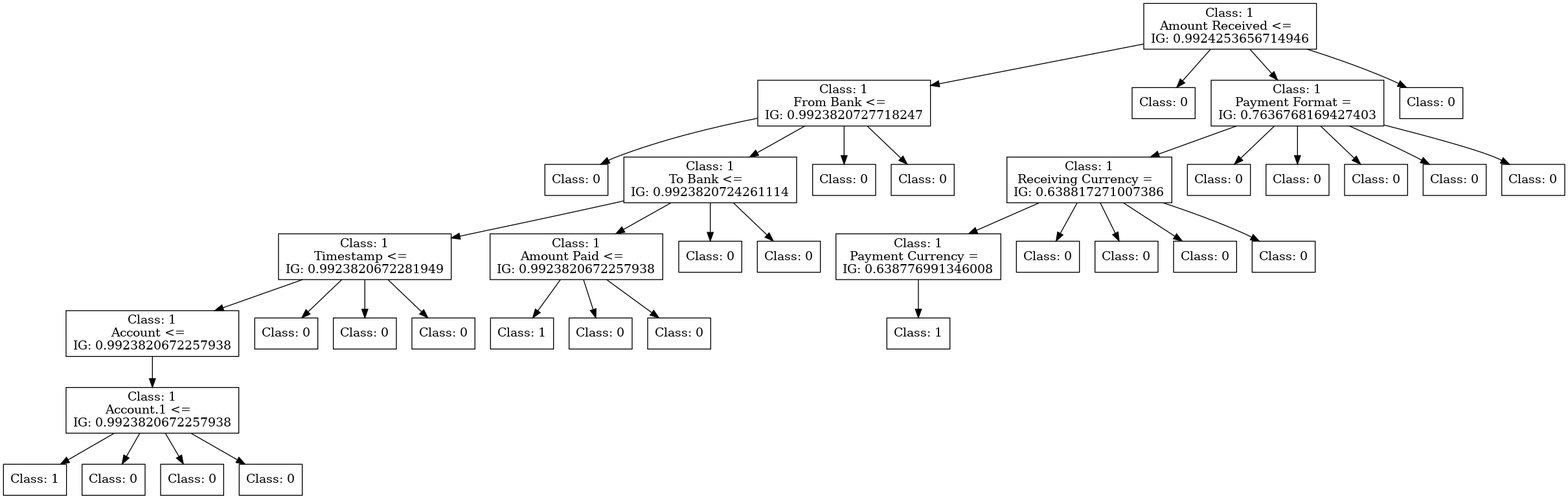
FedericoBruzzone/anti-money-laundering keeps this Graphviz diagram as tree-id3.png. Above is the earlier version. Its source is kept beside it as tree-id3.dot.
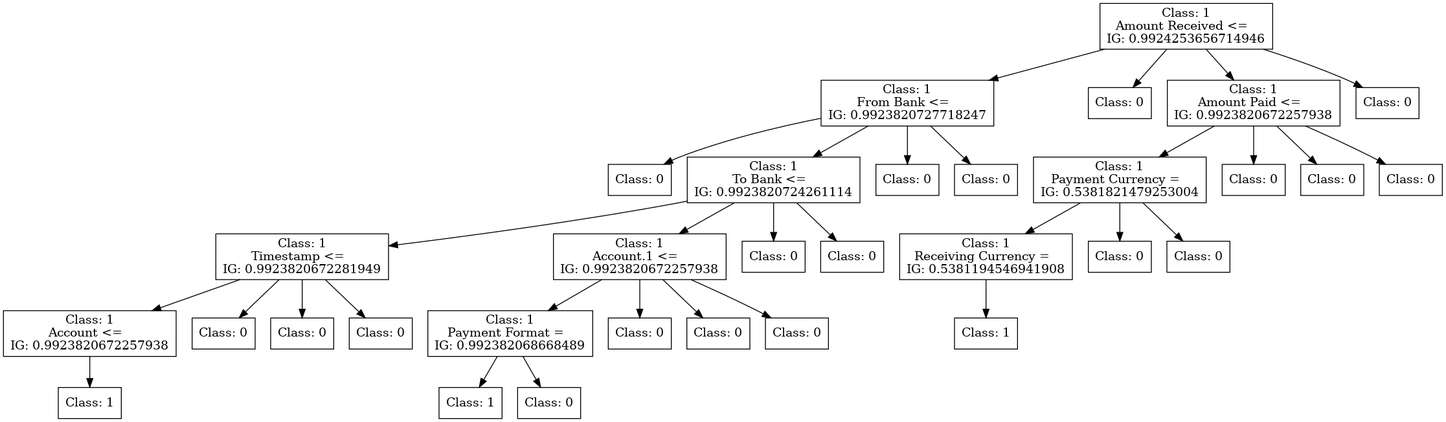
Later version of the same file.

The edit, as a diff of the source:
```diff
@@ -1,124 +1,109 @@
 digraph DecisionTree {
 	rankdir=TD;
 	node [shape=box];
-	140289666827408 [label="Class: 1
+	140126978614096 [label="Class: 1
 Amount Received <=
 IG: 0.9924253656714946"];
-	140289666628768 [label="Class: 1
+	140126978871872 [label="Class: 1
 From Bank <=
 IG: 0.9923820727718247"];
-	140289666827408 -> 140289666628768;
-	140289666829904 [label="Class: 0
+	140126978614096 -> 140126978871872;
+	140126978621008 [label="Class: 0
 "];
-	140289666628768 -> 140289666829904;
-	140289666940832 [label="Class: 1
+	140126978871872 -> 140126978621008;
+	140126978997312 [label="Class: 1
 To Bank <=
 IG: 0.9923820724261114"];
-	140289666628768 -> 140289666940832;
-	140289666827120 [label="Class: 1
+	140126978871872 -> 140126978997312;
+	140126978617840 [label="Class: 1
 Timestamp <=
 IG: 0.9923820672281949"];
-	140289666940832 -> 140289666827120;
-	140289666621040 [label="Class: 1
+	140126978997312 -> 140126978617840;
+	140126978867600 [label="Class: 1
 Account <=
 IG: 0.9923820672257938"];
-	140289666827120 -> 140289666621040;
-	140289666936560 [label="Class: 1
+	140126978617840 -> 140126978867600;
+	140126978995776 [label="Class: 1
+"];
+	140126978867600 -> 140126978995776;
+	140126949501024 [label="Class: 0
+"];
+	140126978617840 -> 140126949501024;
+	140126949502944 [label="Class: 0
+"];
+	140126978617840 -> 140126949502944;
+	140126949498864 [label="Class: 0
+"];
+	140126978617840 -> 140126949498864;
+	140126949497856 [label="Class: 1
 Account.1 <=
 IG: 0.9923820672257938"];
-	140289666621040 -> 140289666936560;
-	140289666930608 [label="Class: 1
+	140126978997312 -> 140126949497856;
+	140126978996976 [label="Class: 1
+Payment Format =
+IG: 0.992382068668489"];
+	140126949497856 -> 140126978996976;
+	140126978996400 [label="Class: 1
 "];
-	140289666936560 -> 140289666930608;
-	140289623214544 [label="Class: 0
+	140126978996976 -> 140126978996400;
+	140126939466192 [label="Class: 0
 "];
-	140289666936560 -> 140289623214544;
-	140289623215168 [label="Class: 0
+	140126978996976 -> 140126939466192;
+	140126949504528 [label="Class: 0
 "];
-	140289666936560 -> 140289623215168;
-	140289623228320 [label="Class: 0
+	140126949497856 -> 140126949504528;
+	140126949504000 [label="Class: 0
 "];
-	140289666936560 -> 140289623228320;
-	140289623219728 [label="Class: 0
+	140126949497856 -> 140126949504000;
+	140126949504576 [label="Class: 0
 "];
-	140289666827120 -> 140289623219728;
-	140289623224816 [label="Class: 0
+	140126949497856 -> 140126949504576;
+	140126949495744 [label="Class: 0
 "];
-	140289666827120 -> 140289623224816;
-	140289623223472 [label="Class: 0
+	140126978997312 -> 140126949495744;
+	140126949497760 [label="Class: 0
 "];
-	140289666827120 -> 140289623223472;
-	140289623219920 [label="Class: 1
+	140126978997312 -> 140126949497760;
+	140126978995824 [label="Class: 0
+"];
+	140126978871872 -> 140126978995824;
+	140126978996544 [label="Class: 0
+"];
+	140126978871872 -> 140126978996544;
+	140126978988000 [label="Class: 0
+"];
+	140126978614096 -> 140126978988000;
+	140126978992032 [label="Class: 1
 Amount Paid <=
 IG: 0.9923820672257938"];
-	140289666940832 -> 140289623219920;
-	140289623228272 [label="Class: 1
+	140126978614096 -> 140126978992032;
+	140126949506640 [label="Class: 1
+Payment Currency =
+IG: 0.5381821479253004"];
+	140126978992032 -> 140126949506640;
+	140126978992320 [label="Class: 1
+Receiving Currency =
+IG: 0.5381194546941908"];
+	140126949506640 -> 140126978992320;
+	140126978989248 [label="Class: 1
 "];
-	140289623219920 -> 140289623228272;
-	140289637437824 [label="Class: 0
+	140126978992320 -> 140126978989248;
+	140126939473968 [label="Class: 0
 "];
-	140289623219920 -> 140289637437824;
-	140289637440176 [label="Class: 0
+	140126949506640 -> 140126939473968;
+	140126939475312 [label="Class: 0
 "];
-	140289623219920 -> 140289637440176;
-	140289623220304 [label="Class: 0
+	140126949506640 -> 140126939475312;
+	140126939470896 [label="Class: 0
 "];
-	140289666940832 -> 140289623220304;
-	140289623214592 [label="Class: 0
+	140126978992032 -> 140126939470896;
+	140126939473152 [label="Class: 0
 "];
-	140289666940832 -> 140289623214592;
-	140289666936848 [label="Class: 0
+	140126978992032 -> 140126939473152;
+	140126939471664 [label="Class: 0
 "];
-	140289666628768 -> 140289666936848;
-	140289666940736 [label="Class: 0
+	140126978992032 -> 140126939471664;
+	140126978990928 [label="Class: 0
 "];
-	140289666628768 -> 140289666940736;
-	140289666930896 [label="Class: 0
-"];
-	140289666827408 -> 140289666930896;
-	140289666934928 [label="Class: 1
-Payment Format =
-IG: 0.7636768169427403"];
-	140289666827408 -> 140289666934928;
-	140289623226784 [label="Class: 1
-Receiving Currency =
-IG: 0.638817271007386"];
-	140289666934928 -> 140289623226784;
-	140289666936896 [label="Class: 1
-Payment Currency =
-IG: 0.638776991346008"];
-	140289623226784 -> 140289666936896;
-	140289623228080 [label="Class: 1
-"];
-	140289666936896 -> 140289623228080;
-	140289637438400 [label="Class: 0
-"];
-	140289623226784 -> 140289637438400;
-	140289637448000 [label="Class: 0
-"];
-	140289623226784 -> 140289637448000;
-	140289637445744 [label="Class: 0
-"];
-	140289623226784 -> 140289637445744;
-	140289637448144 [label="Class: 0
-"];
-	140289623226784 -> 140289637448144;
-	140289637442192 [label="Class: 0
-"];
-	140289666934928 -> 140289637442192;
-	140289637445216 [label="Class: 0
-"];
-	140289666934928 -> 140289637445216;
-	140289637442864 [label="Class: 0
-"];
-	140289666934928 -> 140289637442864;
-	140289637445360 [label="Class: 0
-"];
-	140289666934928 -> 140289637445360;
-	140289637445024 [label="Class: 0
-"];
-	140289666934928 -> 140289637445024;
-	140289666933824 [label="Class: 0
-"];
-	140289666827408 -> 140289666933824;
+	140126978614096 -> 140126978990928;
 }
```
